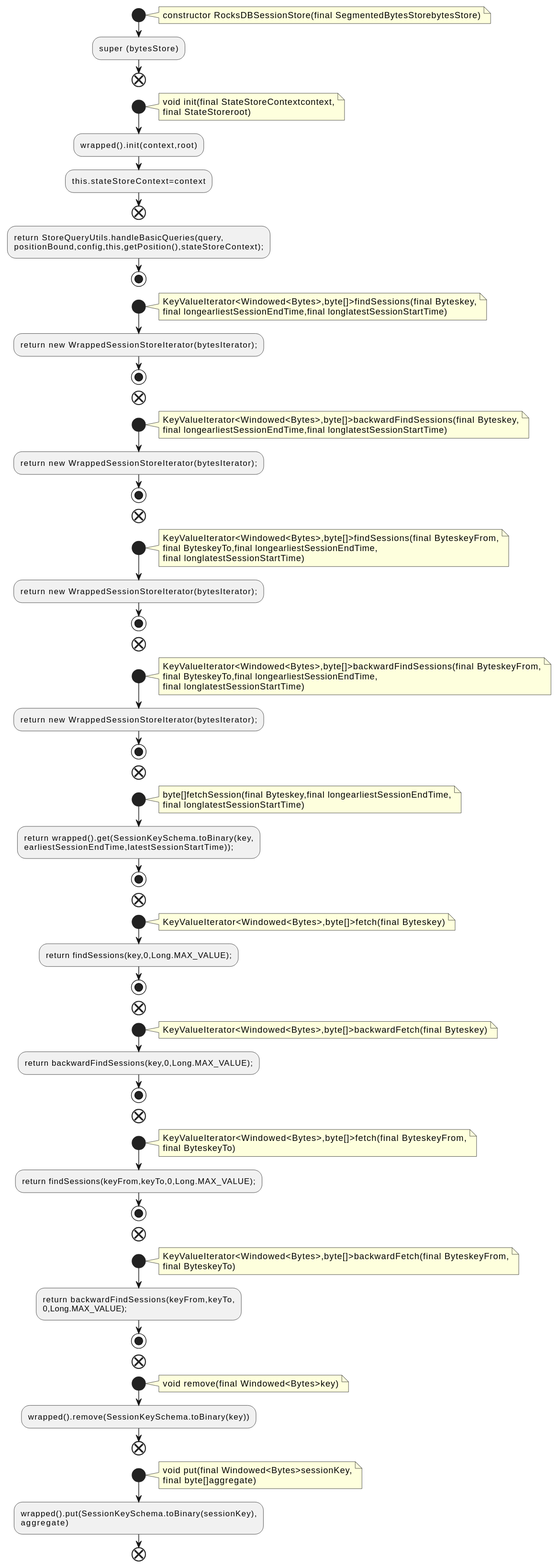
Earlier version of the PlantUML export docs/qc/streams/src/main/java/org/apache/kafka/streams/state/internals/RocksDBSessionStore.java.fct.svg (qualitesys/kafka).
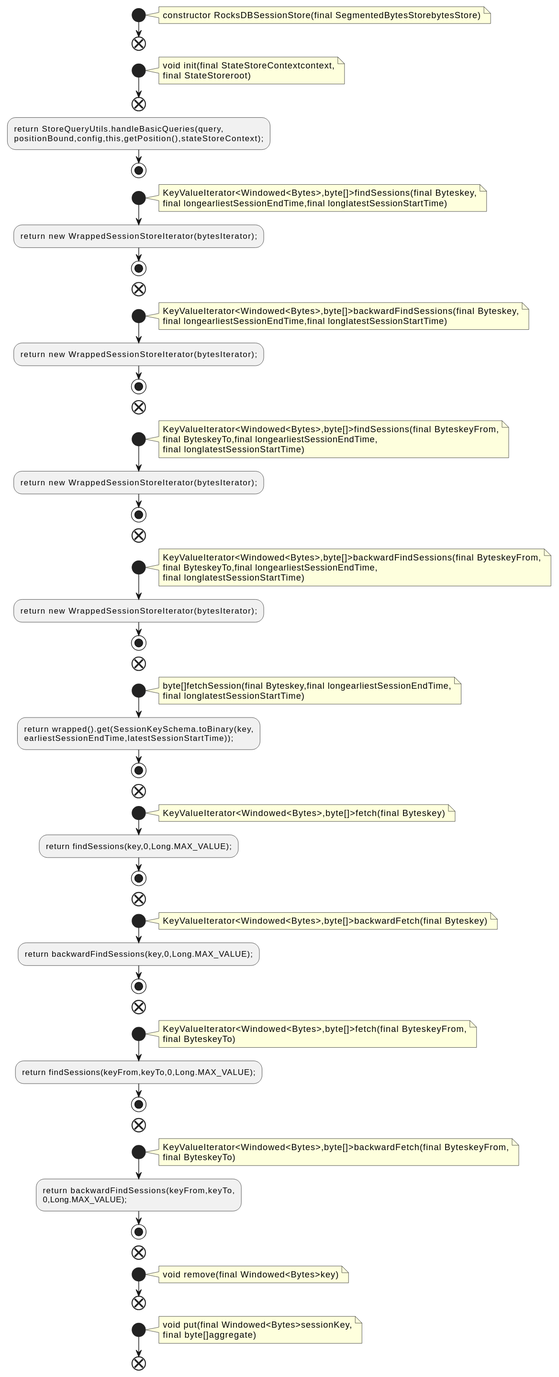
Later version of the same file.

Change to the diagram source:
```diff
@@ -4,15 +4,12 @@
 note right
 constructor RocksDBSessionStore(final SegmentedBytesStorebytesStore)
 end note
-:super (bytesStore);
 end
 start
 note right
 void init(final StateStoreContextcontext,
 final StateStoreroot)
 end note
-:wrapped().init(context,root);
-:this.stateStoreContext=context;
 end
 :return StoreQueryUtils.handleBasicQueries(query,
 positionBound,config,this,getPosition(),stateStoreContext);;
@@ -95,14 +92,11 @@
 note right
 void remove(final Windowed<Bytes>key)
 end note
-:wrapped().remove(SessionKeySchema.toBinary(key));
 end
 start
 note right
 void put(final Windowed<Bytes>sessionKey,
 final byte[]aggregate)
 end note
-:wrapped().put(SessionKeySchema.toBinary(sessionKey),
-aggregate);
 end
 @enduml
```
